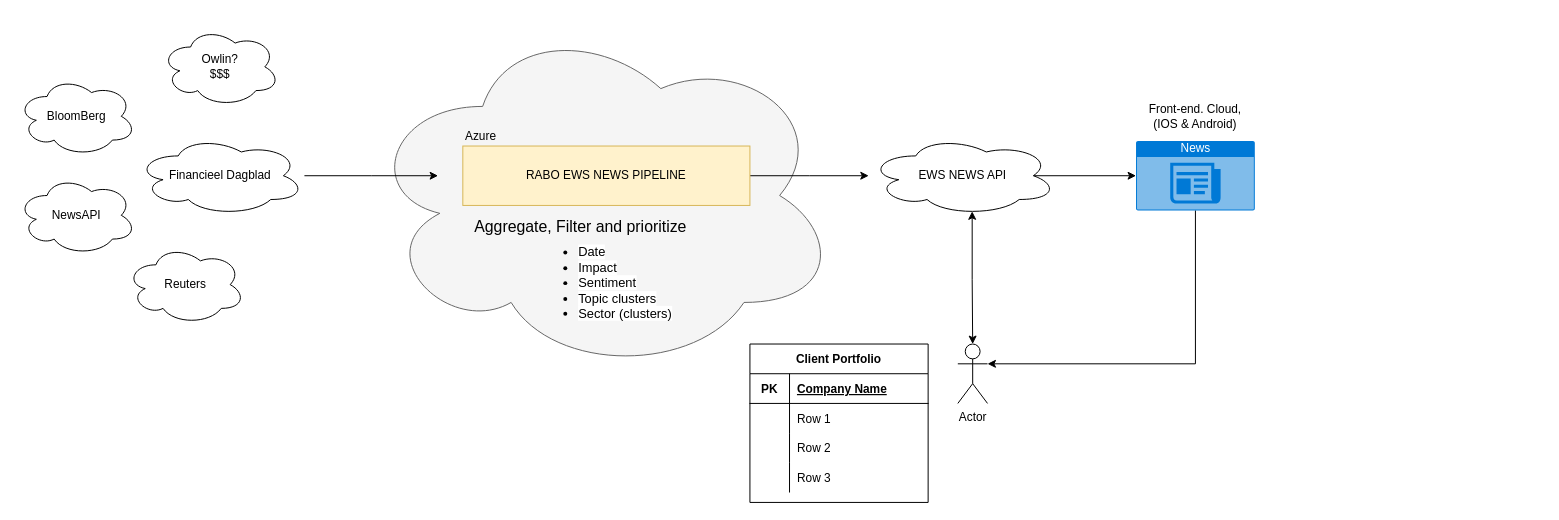
Before: ews-news-api.drawio in mhux2000/100-pandas-puzzles, a draw.io diagram. Source tidied: cells renumbered, new cells numbered last; positions are measured from the earlier drawing's top-left corner, leaving out a move shared by most shapes. Both pictures are drawn from the tidied source at 99%, with x=0, y=0 at pixel (17, 17).
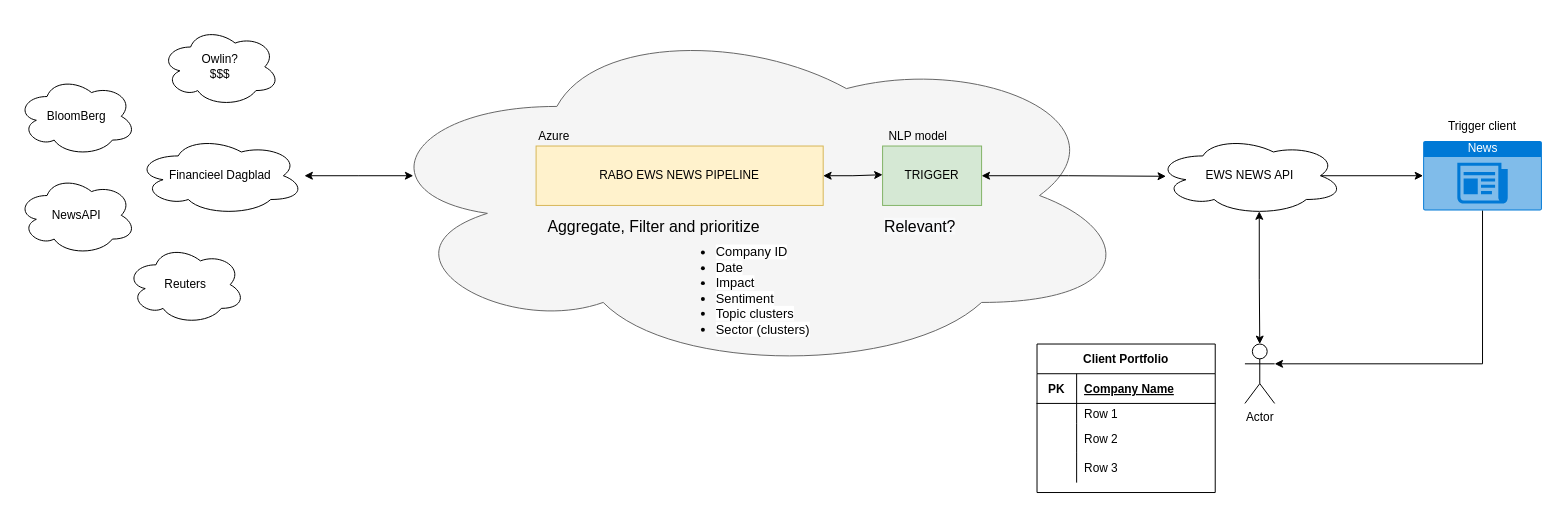
The same page after the edit.

The change refers to these unchanged cells:
```xml
<mxCell id="6" value="Financieel Dagblad" style="ellipse;shape=cloud;whiteSpace=wrap;html=1;" parent="1" vertex="1">
  <mxGeometry x="120" y="120" width="170" height="80" as="geometry" />
</mxCell>
```

The edit, as a diff of the source:
```diff
@@
     <mxCell id="2" style="ellipse;shape=cloud;whiteSpace=wrap;html=1;fillColor=#f5f5f5;strokeColor=#666666;fontColor=#333333;" parent="1" vertex="1">
-      <mxGeometry x="350" width="480" height="360" as="geometry" />
+      <mxGeometry x="350" width="780" height="360" as="geometry" />
     </mxCell>
@@
-    <mxCell id="5" style="edgeStyle=orthogonalEdgeStyle;rounded=0;jettySize=auto;html=1;" parent="1" edge="1" source="6">
+    <mxCell id="5" style="edgeStyle=orthogonalEdgeStyle;rounded=0;jettySize=auto;html=1;startArrow=classic;startFill=1;" parent="1" edge="1" source="6">
       <mxGeometry relative="1" as="geometry">
-        <mxPoint x="425" y="160" as="targetPoint" />
+        <mxPoint x="400" y="160" as="targetPoint" />
       </mxGeometry>
     </mxCell>
@@
-    <mxCell id="9" style="edgeStyle=orthogonalEdgeStyle;rounded=0;jettySize=auto;html=1;exitX=1;exitY=0.5;exitDx=0;exitDy=0;" parent="1" edge="1" source="10">
+    <mxCell id="9" style="edgeStyle=orthogonalEdgeStyle;rounded=0;jettySize=auto;html=1;exitX=1;exitY=0.5;exitDx=0;exitDy=0;startArrow=classic;startFill=1;" parent="1" edge="1" source="10">
       <mxGeometry relative="1" as="geometry">
-        <mxPoint x="860" y="160" as="targetPoint" />
+        <mxPoint x="874" y="159" as="targetPoint" />
       </mxGeometry>
     </mxCell>
     <mxCell id="10" value="RABO EWS NEWS PIPELINE" style="rounded=0;whiteSpace=wrap;html=1;fillColor=#fff2cc;strokeColor=#d6b656;" parent="1" vertex="1">
-      <mxGeometry x="450" y="130" width="290" height="60" as="geometry" />
+      <mxGeometry x="524" y="130" width="290" height="60" as="geometry" />
     </mxCell>
     <mxCell id="11" value="Client Portfolio" style="shape=table;startSize=30;childLayout=tableLayout;rowLines=0;fontStyle=1;align=center;" parent="1" vertex="1">
-      <mxGeometry x="740" y="330" width="180" height="160" as="geometry" />
+      <mxGeometry x="1030" y="330" width="180" height="150" as="geometry" />
     </mxCell>
@@
     <mxCell id="15" style="shape=partialRectangle;fillColor=none;top=0;left=0;bottom=0;right=0;" parent="11" vertex="1">
-      <mxGeometry y="60" width="180" height="30" as="geometry" />
+      <mxGeometry y="60" width="180" height="20" as="geometry" />
     </mxCell>
     <mxCell id="16" style="shape=partialRectangle;fillColor=none;top=0;left=0;bottom=0;right=0;overflow=hidden;" parent="15" vertex="1">
-      <mxGeometry width="40" height="30" as="geometry" />
+      <mxGeometry width="40" height="20" as="geometry" />
     </mxCell>
     <mxCell id="17" value="Row 1" style="shape=partialRectangle;fillColor=none;top=0;left=0;bottom=0;right=0;align=left;spacingLeft=6;overflow=hidden;" parent="15" vertex="1">
-      <mxGeometry x="40" width="140" height="30" as="geometry" />
+      <mxGeometry x="40" width="140" height="20" as="geometry" />
     </mxCell>
     <mxCell id="18" style="shape=partialRectangle;fillColor=none;top=0;left=0;bottom=0;right=0;" parent="11" vertex="1">
-      <mxGeometry y="90" width="180" height="30" as="geometry" />
+      <mxGeometry y="80" width="180" height="30" as="geometry" />
     </mxCell>
@@
     <mxCell id="21" style="shape=partialRectangle;fillColor=none;top=0;left=0;bottom=0;right=0;" parent="11" vertex="1">
-      <mxGeometry y="120" width="180" height="30" as="geometry" />
+      <mxGeometry y="110" width="180" height="30" as="geometry" />
     </mxCell>
@@
     <mxCell id="24" value="Actor" style="shape=umlActor;verticalLabelPosition=bottom;verticalAlign=top;html=1;outlineConnect=0;" parent="1" vertex="1">
-      <mxGeometry x="950" y="330" width="30" height="60" as="geometry" />
+      <mxGeometry x="1240" y="330" width="30" height="60" as="geometry" />
     </mxCell>
@@
     <mxCell id="27" value="EWS NEWS API" style="ellipse;shape=cloud;whiteSpace=wrap;html=1;" parent="1" vertex="1">
-      <mxGeometry x="860" y="120" width="190" height="80" as="geometry" />
+      <mxGeometry x="1150" y="120" width="190" height="80" as="geometry" />
     </mxCell>
@@
     <mxCell id="29" value="News" style="html=1;strokeColor=none;fillColor=#0079D6;labelPosition=center;verticalLabelPosition=middle;verticalAlign=top;align=center;fontSize=12;outlineConnect=0;spacingTop=-6;fontColor=#FFFFFF;shape=mxgraph.sitemap.news;" parent="1" vertex="1">
-      <mxGeometry x="1130" y="125" width="120" height="70" as="geometry" />
+      <mxGeometry x="1420" y="125" width="120" height="70" as="geometry" />
     </mxCell>
     <mxCell id="30" value="&lt;font style=&quot;font-size: 16px&quot;&gt;Aggregate, Filter and prioritize&lt;br&gt;&lt;/font&gt;" style="text;html=1;strokeColor=none;fillColor=none;align=left;verticalAlign=top;whiteSpace=wrap;rounded=0;" parent="1" vertex="1">
-      <mxGeometry x="460" y="195" width="270" height="200" as="geometry" />
+      <mxGeometry x="534" y="195" width="270" height="200" as="geometry" />
     </mxCell>
-    <mxCell id="31" value="&lt;ul style=&quot;color: rgb(0 , 0 , 0) ; font-family: &amp;#34;helvetica&amp;#34; ; font-size: 13px ; font-style: normal ; font-weight: 400 ; letter-spacing: normal ; text-align: left ; text-indent: 0px ; text-transform: none ; word-spacing: 0px&quot;&gt;&lt;li&gt;&lt;font style=&quot;font-size: 13px ; background-color: rgb(255 , 255 , 255)&quot;&gt;Date&lt;/font&gt;&lt;/li&gt;&lt;li&gt;&lt;font style=&quot;font-size: 13px&quot;&gt;&lt;span style=&quot;background-color: rgb(255 , 255 , 255)&quot;&gt;Impact&lt;/span&gt;&lt;/font&gt;&lt;/li&gt;&lt;li&gt;&lt;font style=&quot;font-size: 13px&quot;&gt;&lt;span style=&quot;background-color: rgb(255 , 255 , 255)&quot;&gt;Sentiment&lt;/span&gt;&lt;/font&gt;&lt;/li&gt;&lt;li&gt;&lt;font style=&quot;font-size: 13px&quot;&gt;&lt;span style=&quot;background-color: rgb(255 , 255 , 255)&quot;&gt;Topic clusters&lt;/span&gt;&lt;/font&gt;&lt;/li&gt;&lt;li&gt;&lt;span style=&quot;background-color: rgb(255 , 255 , 255)&quot;&gt;Sector (clusters)&lt;/span&gt;&lt;/li&gt;&lt;/ul&gt;" style="text;whiteSpace=wrap;html=1;" parent="1" vertex="1">
-      <mxGeometry x="525" y="210" width="140" height="120" as="geometry" />
+    <mxCell id="31" value="&lt;ul style=&quot;color: rgb(0 , 0 , 0) ; font-family: &amp;#34;helvetica&amp;#34; ; font-size: 13px ; font-style: normal ; font-weight: 400 ; letter-spacing: normal ; text-align: left ; text-indent: 0px ; text-transform: none ; word-spacing: 0px&quot;&gt;&lt;li&gt;&lt;font style=&quot;font-size: 13px ; background-color: rgb(255 , 255 , 255)&quot;&gt;Company ID&lt;/font&gt;&lt;/li&gt;&lt;li&gt;&lt;font style=&quot;font-size: 13px ; background-color: rgb(255 , 255 , 255)&quot;&gt;Date&lt;/font&gt;&lt;/li&gt;&lt;li&gt;&lt;font style=&quot;font-size: 13px&quot;&gt;&lt;span style=&quot;background-color: rgb(255 , 255 , 255)&quot;&gt;Impact&lt;/span&gt;&lt;/font&gt;&lt;/li&gt;&lt;li&gt;&lt;font style=&quot;font-size: 13px&quot;&gt;&lt;span style=&quot;background-color: rgb(255 , 255 , 255)&quot;&gt;Sentiment&lt;/span&gt;&lt;/font&gt;&lt;/li&gt;&lt;li&gt;&lt;font style=&quot;font-size: 13px&quot;&gt;&lt;span style=&quot;background-color: rgb(255 , 255 , 255)&quot;&gt;Topic clusters&lt;/span&gt;&lt;/font&gt;&lt;/li&gt;&lt;li&gt;&lt;span style=&quot;background-color: rgb(255 , 255 , 255)&quot;&gt;Sector (clusters)&lt;/span&gt;&lt;/li&gt;&lt;/ul&gt;" style="text;whiteSpace=wrap;html=1;" parent="1" vertex="1">
+      <mxGeometry x="664" y="210" width="140" height="120" as="geometry" />
     </mxCell>
-    <mxCell id="32" value="Front-end. Cloud, (IOS &amp;amp; Android)" style="text;html=1;strokeColor=none;fillColor=none;align=center;verticalAlign=middle;whiteSpace=wrap;rounded=0;" parent="1" vertex="1">
-      <mxGeometry x="1130" y="90" width="120" height="20" as="geometry" />
+    <mxCell id="32" value="Trigger client" style="text;html=1;strokeColor=none;fillColor=none;align=center;verticalAlign=middle;whiteSpace=wrap;rounded=0;" parent="1" vertex="1">
+      <mxGeometry x="1420" y="100" width="120" height="20" as="geometry" />
     </mxCell>
     <mxCell id="33" value="Azure&amp;nbsp;&lt;br&gt;" style="text;html=1;strokeColor=none;fillColor=none;align=center;verticalAlign=middle;whiteSpace=wrap;rounded=0;" parent="1" vertex="1">
-      <mxGeometry x="410" y="100" width="120" height="40" as="geometry" />
+      <mxGeometry x="484" y="100" width="120" height="40" as="geometry" />
     </mxCell>
+    <mxCell id="34" style="edgeStyle=orthogonalEdgeStyle;rounded=0;jettySize=auto;html=1;exitX=1;exitY=0.5;exitDx=0;exitDy=0;entryX=0.054;entryY=0.507;entryDx=0;entryDy=0;entryPerimeter=0;startArrow=classic;startFill=1;" parent="1" edge="1" source="35" target="27">
+      <mxGeometry relative="1" as="geometry" />
+    </mxCell>
+    <mxCell id="35" value="TRIGGER" style="rounded=0;whiteSpace=wrap;html=1;fillColor=#d5e8d4;strokeColor=#82b366;" parent="1" vertex="1">
+      <mxGeometry x="874" y="130" width="100" height="60" as="geometry" />
+    </mxCell>
+    <mxCell id="36" value="&lt;span style=&quot;color: rgb(0 , 0 , 0) ; font-family: &amp;#34;helvetica&amp;#34; ; font-size: 16px ; font-style: normal ; font-weight: 400 ; letter-spacing: normal ; text-align: left ; text-indent: 0px ; text-transform: none ; word-spacing: 0px ; background-color: rgb(248 , 249 , 250) ; display: inline ; float: none&quot;&gt;Relevant?&lt;/span&gt;" style="text;whiteSpace=wrap;html=1;" parent="1" vertex="1">
+      <mxGeometry x="874" y="195" width="100" height="30" as="geometry" />
+    </mxCell>
+    <mxCell id="37" value="NLP model" style="text;html=1;strokeColor=none;fillColor=none;align=center;verticalAlign=middle;whiteSpace=wrap;rounded=0;" parent="1" vertex="1">
+      <mxGeometry x="850" y="100" width="120" height="40" as="geometry" />
+    </mxCell>
```
